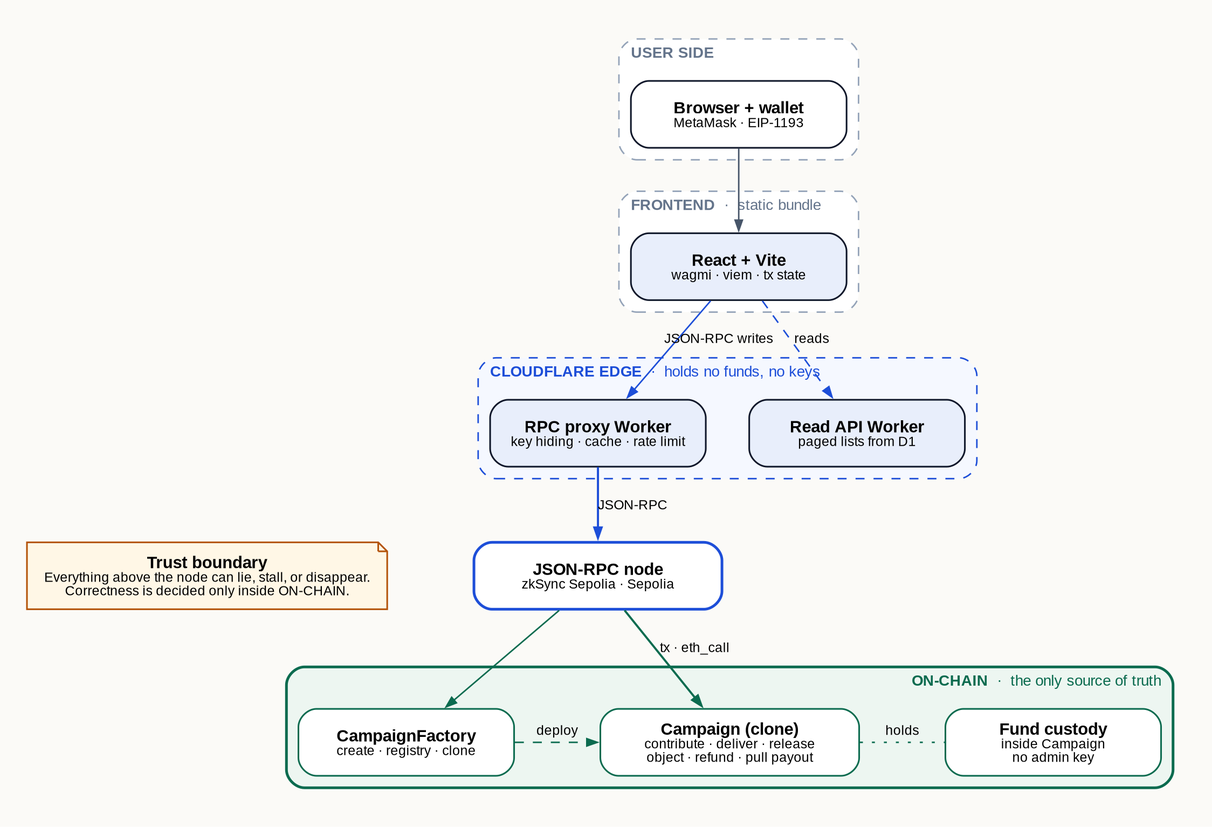
hwngtr/milestone-dapp keeps this Graphviz diagram as diagrams/system-architecture-min.png. Above is the earlier version. Its source is kept beside it as diagrams/system-architecture-min.dot. Its diagram source:
```dot
digraph system_architecture_min {
  graph [
    rankdir=TB,
    splines=line,
    nodesep=0.4,
    ranksep=0.55,
    fontname="Arial",
    fontsize=11,
    bgcolor="#FBFAF7",
    compound=true,
    pad=0.25
  ];
  node [
    shape=box,
    style="rounded,filled",
    fontname="Arial",
    fontsize=11,
    color="#0F172A",
    penwidth=1.1,
    margin="0.16,0.10",
    width=2.0,
    height=0.62
  ];
  edge [
    fontname="Arial",
    fontsize=9,
    color="#475569",
    penwidth=1.0,
    arrowsize=0.7
  ];

  subgraph cluster_user {
    label=<<B>USER SIDE</B>>;
    labeljust=l; fontsize=10; fontcolor="#64748B";
    style="rounded,dashed"; color="#94A3B8"; bgcolor="#FFFFFF";
    wallet [label=<<B>Browser + wallet</B><BR/><FONT POINT-SIZE="9">MetaMask · EIP-1193</FONT>>, fillcolor="#FFFFFF"];
  }

  subgraph cluster_app {
    label=<<B>FRONTEND</B>  ·  static bundle>;
    labeljust=l; fontsize=10; fontcolor="#64748B";
    style="rounded,dashed"; color="#94A3B8"; bgcolor="#FFFFFF";
    fe [label=<<B>React + Vite</B><BR/><FONT POINT-SIZE="9">wagmi · viem · tx state</FONT>>, fillcolor="#E8EEFB"];
  }

  subgraph cluster_edge {
    label=<<B>CLOUDFLARE EDGE</B>  ·  holds no funds, no keys>;
    labeljust=l; fontsize=10; fontcolor="#1D4ED8";
    style="rounded,dashed"; color="#1D4ED8"; bgcolor="#F5F8FF";
    proxy [label=<<B>RPC proxy Worker</B><BR/><FONT POINT-SIZE="9">key hiding · cache · rate limit</FONT>>, fillcolor="#E8EEFB"];
    api   [label=<<B>Read API Worker</B><BR/><FONT POINT-SIZE="9">paged lists from D1</FONT>>, fillcolor="#E8EEFB"];
    { rank=same; proxy; api; }
  }

  node_rpc [label=<<B>JSON-RPC node</B><BR/><FONT POINT-SIZE="9">zkSync Sepolia · Sepolia</FONT>>, fillcolor="#FFFFFF", color="#1D4ED8", penwidth=1.8, width=2.3];

  subgraph cluster_chain {
    label=<<B>ON-CHAIN</B>  ·  the only source of truth>;
    labeljust=r; fontsize=10; fontcolor="#0B6B4F";
    style="rounded"; color="#0B6B4F"; bgcolor="#EDF6F1"; penwidth=1.8;

    factory  [label=<<B>CampaignFactory</B><BR/><FONT POINT-SIZE="9">create · registry · clone</FONT>>, fillcolor="#FFFFFF", color="#0B6B4F"];
    campaign [label=<<B>Campaign (clone)</B><BR/><FONT POINT-SIZE="9">contribute · deliver · release</FONT><BR/><FONT POINT-SIZE="9">object · refund · pull payout</FONT>>, fillcolor="#FFFFFF", color="#0B6B4F", width=2.4];
    vault    [label=<<B>Fund custody</B><BR/><FONT POINT-SIZE="9">inside Campaign</FONT><BR/><FONT POINT-SIZE="9">no admin key</FONT>>, fillcolor="#FFFFFF", color="#0B6B4F"];
    { rank=same; factory; campaign; vault; }
    factory -> campaign [label="deploy", style=dashed, color="#0B6B4F"];
    campaign -> vault [label="holds", dir=none, color="#0B6B4F", style=dotted];
  }

  wallet -> fe      [constraint=true];
  fe     -> proxy   [label="JSON-RPC writes", color="#1D4ED8"];
  fe     -> api     [label="reads", color="#1D4ED8", style=dashed];
  proxy  -> node_rpc [label="JSON-RPC", color="#1D4ED8", penwidth=1.4];
  node_rpc -> factory  [color="#0B6B4F"];
  node_rpc -> campaign [label="tx · eth_call", color="#0B6B4F", penwidth=1.4];

  note [shape=note, style="filled", fillcolor="#FFF7E6", color="#B45309", width=3.2,
        label=<<B>Trust boundary</B><BR/><FONT POINT-SIZE="9">Everything above the node can lie, stall, or disappear.</FONT><BR/><FONT POINT-SIZE="9">Correctness is decided only inside ON-CHAIN.</FONT>>];
  note -> node_rpc [style=invis];
  { rank=same; node_rpc; note; }
}
```
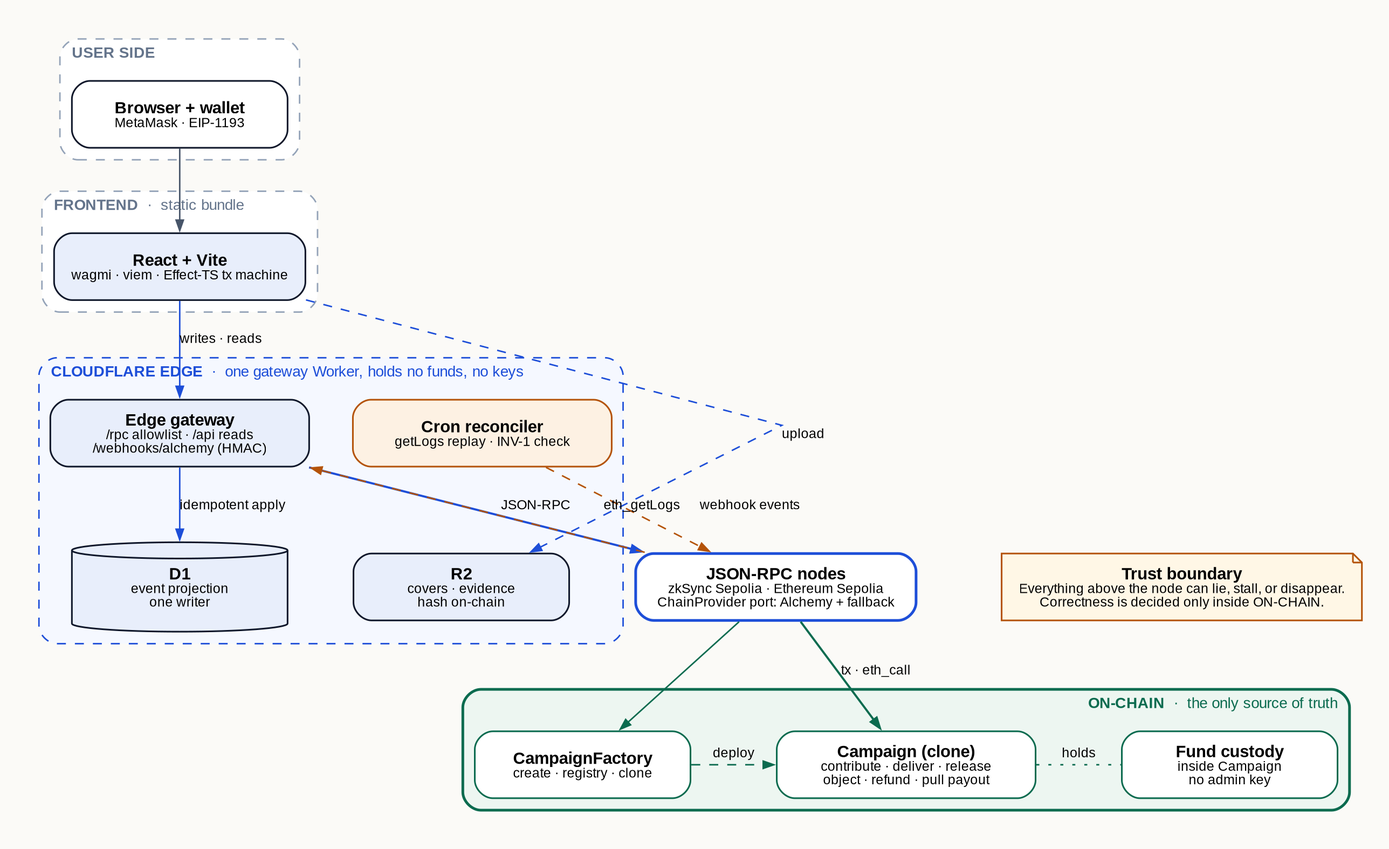
The same diagram one commit later.

Change to the diagram source:
```diff
@@ -40,19 +40,22 @@
     label=<<B>FRONTEND</B>  ·  static bundle>;
     labeljust=l; fontsize=10; fontcolor="#64748B";
     style="rounded,dashed"; color="#94A3B8"; bgcolor="#FFFFFF";
-    fe [label=<<B>React + Vite</B><BR/><FONT POINT-SIZE="9">wagmi · viem · tx state</FONT>>, fillcolor="#E8EEFB"];
+    fe [label=<<B>React + Vite</B><BR/><FONT POINT-SIZE="9">wagmi · viem · Effect-TS tx machine</FONT>>, fillcolor="#E8EEFB"];
   }
 
   subgraph cluster_edge {
-    label=<<B>CLOUDFLARE EDGE</B>  ·  holds no funds, no keys>;
+    label=<<B>CLOUDFLARE EDGE</B>  ·  one gateway Worker, holds no funds, no keys>;
     labeljust=l; fontsize=10; fontcolor="#1D4ED8";
     style="rounded,dashed"; color="#1D4ED8"; bgcolor="#F5F8FF";
-    proxy [label=<<B>RPC proxy Worker</B><BR/><FONT POINT-SIZE="9">key hiding · cache · rate limit</FONT>>, fillcolor="#E8EEFB"];
-    api   [label=<<B>Read API Worker</B><BR/><FONT POINT-SIZE="9">paged lists from D1</FONT>>, fillcolor="#E8EEFB"];
-    { rank=same; proxy; api; }
+    gw   [label=<<B>Edge gateway</B><BR/><FONT POINT-SIZE="9">/rpc allowlist · /api reads</FONT><BR/><FONT POINT-SIZE="9">/webhooks/alchemy (HMAC)</FONT>>, fillcolor="#E8EEFB", width=2.4];
+    cron [label=<<B>Cron reconciler</B><BR/><FONT POINT-SIZE="9">getLogs replay · INV-1 check</FONT>>, fillcolor="#FDF1E3", color="#B45309", width=2.4];
+    d1   [shape=cylinder, label=<<B>D1</B><BR/><FONT POINT-SIZE="9">event projection</FONT><BR/><FONT POINT-SIZE="9">one writer</FONT>>, fillcolor="#E8EEFB"];
+    r2   [label=<<B>R2</B><BR/><FONT POINT-SIZE="9">covers · evidence</FONT><BR/><FONT POINT-SIZE="9">hash on-chain</FONT>>, fillcolor="#E8EEFB"];
+    { rank=same; gw; cron; }
+    { rank=same; d1; r2; }
   }
 
-  node_rpc [label=<<B>JSON-RPC node</B><BR/><FONT POINT-SIZE="9">zkSync Sepolia · Sepolia</FONT>>, fillcolor="#FFFFFF", color="#1D4ED8", penwidth=1.8, width=2.3];
+  node_rpc [label=<<B>JSON-RPC nodes</B><BR/><FONT POINT-SIZE="9">zkSync Sepolia · Ethereum Sepolia</FONT><BR/><FONT POINT-SIZE="9">ChainProvider port: Alchemy + fallback</FONT>>, fillcolor="#FFFFFF", color="#1D4ED8", penwidth=1.8, width=2.6];
 
   subgraph cluster_chain {
     label=<<B>ON-CHAIN</B>  ·  the only source of truth>;
@@ -68,9 +71,12 @@
   }
 
   wallet -> fe      [constraint=true];
-  fe     -> proxy   [label="JSON-RPC writes", color="#1D4ED8"];
-  fe     -> api     [label="reads", color="#1D4ED8", style=dashed];
-  proxy  -> node_rpc [label="JSON-RPC", color="#1D4ED8", penwidth=1.4];
+  fe     -> gw      [label="writes · reads", color="#1D4ED8"];
+  fe     -> r2      [label="upload", style=dashed, color="#1D4ED8", constraint=false];
+  gw     -> d1      [label="idempotent apply", color="#1D4ED8"];
+  gw     -> node_rpc [label="JSON-RPC", color="#1D4ED8", penwidth=1.4];
+  cron   -> node_rpc [label="eth_getLogs", style=dashed, color="#B45309"];
+  node_rpc -> gw     [label="webhook events", style=dashed, color="#B45309", constraint=false];
   node_rpc -> factory  [color="#0B6B4F"];
   node_rpc -> campaign [label="tx · eth_call", color="#0B6B4F", penwidth=1.4];
 
```
